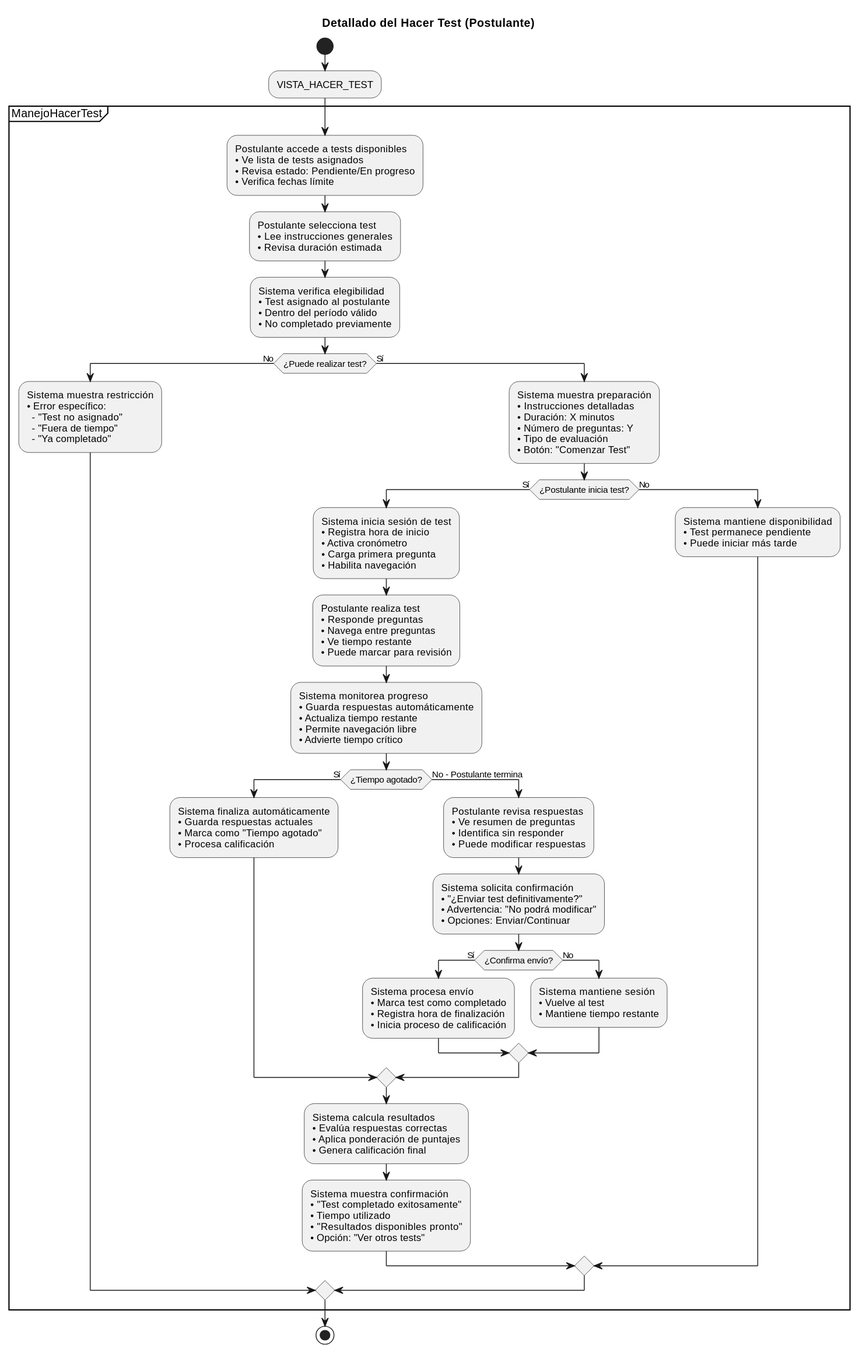
This is documentos/imagenes/casos_de_uso/diagramas_casos_de_uso_detallados/hacer_test.svg from Dievex/24-25-IdSw1-SDR, a PlantUML export, as it was before one commit.
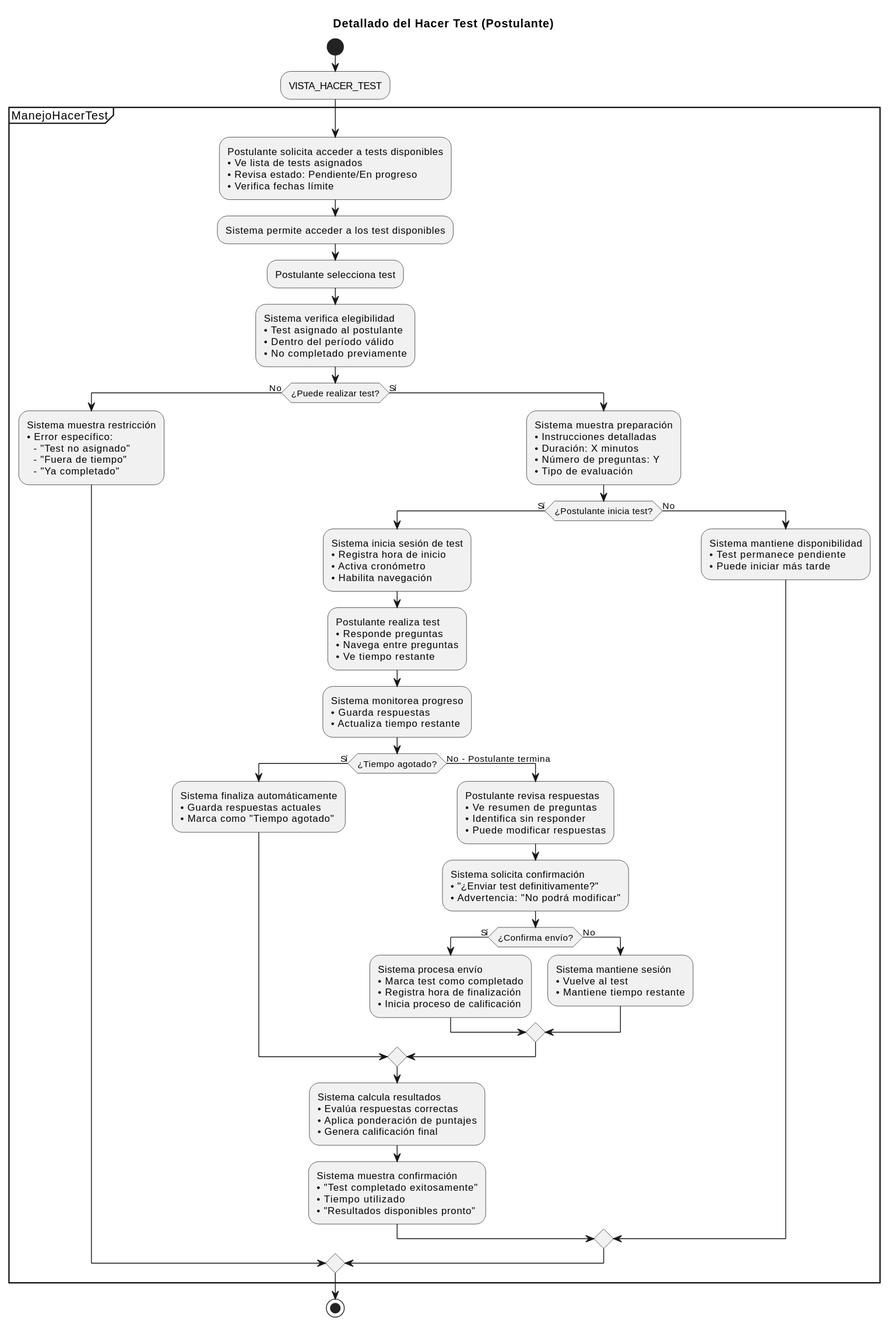
The same file after the commit.

What changed in the source:
```diff
@@ -7,14 +7,14 @@
 
 partition ManejoHacerTest {
 
-  :Postulante accede a tests disponibles
+  :Postulante solicita acceder a tests disponibles
   • Ve lista de tests asignados
   • Revisa estado: Pendiente/En progreso
   • Verifica fechas límite;
 
-  :Postulante selecciona test
-  • Lee instrucciones generales
-  • Revisa duración estimada;
+  :Sistema permite acceder a los test disponibles;
+
+  :Postulante selecciona test;
 
 
   :Sistema verifica elegibilidad
@@ -36,33 +36,27 @@
     • Instrucciones detalladas
     • Duración: X minutos
     • Número de preguntas: Y
-    • Tipo de evaluación
-    • Botón: "Comenzar Test";
+    • Tipo de evaluación;
 
     if (¿Postulante inicia test?) then (Sí)
       :Sistema inicia sesión de test
       • Registra hora de inicio
       • Activa cronómetro
-      • Carga primera pregunta
       • Habilita navegación;
 
       :Postulante realiza test
       • Responde preguntas
       • Navega entre preguntas
-      • Ve tiempo restante
-      • Puede marcar para revisión;
+      • Ve tiempo restante;
 
       :Sistema monitorea progreso
-      • Guarda respuestas automáticamente
-      • Actualiza tiempo restante
-      • Permite navegación libre
-      • Advierte tiempo crítico;
+      • Guarda respuestas
+      • Actualiza tiempo restante;
 
       if (¿Tiempo agotado?) then (Sí)
         :Sistema finaliza automáticamente
         • Guarda respuestas actuales
-        • Marca como "Tiempo agotado"
-        • Procesa calificación;
+        • Marca como "Tiempo agotado";
 
       else (No - Postulante termina)
         :Postulante revisa respuestas
@@ -72,8 +66,7 @@
 
         :Sistema solicita confirmación
         • "¿Enviar test definitivamente?"
-        • Advertencia: "No podrá modificar"
-        • Opciones: Enviar/Continuar;
+        • Advertencia: "No podrá modificar";
 
         if (¿Confirma envío?) then (Sí)
           :Sistema procesa envío
@@ -99,8 +92,7 @@
       :Sistema muestra confirmación
       • "Test completado exitosamente"
       • Tiempo utilizado
-      • "Resultados disponibles pronto"
-      • Opción: "Ver otros tests";
+      • "Resultados disponibles pronto";
 
     else (No)
       :Sistema mantiene disponibilidad
```
